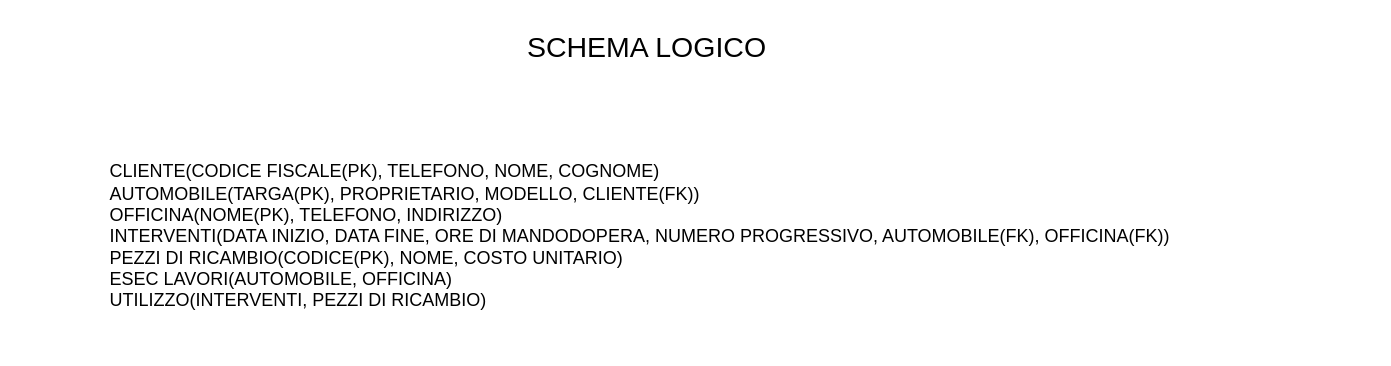
Above: ER-officina.drawio in DiGuidaG/Esercizi-informatica (draw.io), before the change. Source tidied: cells renumbered, new cells numbered last; positions are measured from the earlier drawing's top-left corner, leaving out a move shared by most shapes. Both pictures are drawn from the tidied source at 150%, with x=0, y=0 at pixel (106, 26).
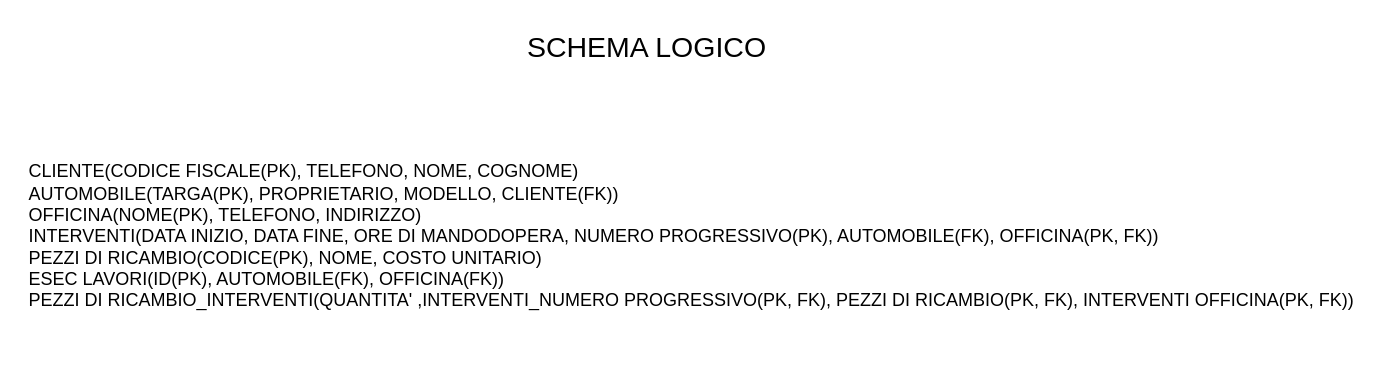
Above is the later version.

The edit, as a diff of the source:
```diff
@@
 <mxGraphModel>
   <root>
     <mxCell id="0" />
     <mxCell id="1" parent="0" />
     <mxCell id="2" value="SCHEMA LOGICO" style="text;html=1;align=center;verticalAlign=middle;whiteSpace=wrap;rounded=0;fontSize=19;" parent="1" vertex="1">
       <mxGeometry x="170" width="380" height="30" as="geometry" />
     </mxCell>
-    <mxCell id="3" value="CLIENTE(CODICE FISCALE(PK), TELEFONO, NOME, COGNOME)&#10;AUTOMOBILE(TARGA(PK), PROPRIETARIO, MODELLO, CLIENTE(FK))&#10;OFFICINA(NOME(PK), TELEFONO, INDIRIZZO)&#10;INTERVENTI(DATA INIZIO, DATA FINE, ORE DI MANDODOPERA, NUMERO PROGRESSIVO, AUTOMOBILE(FK), OFFICINA(FK))&#10;PEZZI DI RICAMBIO(CODICE(PK), NOME, COSTO UNITARIO)&#10;ESEC LAVORI(AUTOMOBILE, OFFICINA)&#10;UTILIZZO(INTERVENTI, PEZZI DI RICAMBIO)" style="text;html=1;align=left;verticalAlign=middle;whiteSpace=wrap;rounded=0;" parent="1" vertex="1">
-      <mxGeometry y="70" width="720" height="140" as="geometry" />
+    <mxCell id="3" value="CLIENTE(CODICE FISCALE(PK), TELEFONO, NOME, COGNOME)&lt;br&gt;AUTOMOBILE(TARGA(PK), PROPRIETARIO, MODELLO, CLIENTE(FK))&lt;br&gt;OFFICINA(NOME(PK), TELEFONO, INDIRIZZO)&lt;br&gt;INTERVENTI(DATA INIZIO, DATA FINE, ORE DI MANDODOPERA, NUMERO PROGRESSIVO(PK), AUTOMOBILE(FK), OFFICINA(PK, FK))&lt;br&gt;PEZZI DI RICAMBIO(CODICE(PK), NOME, COSTO UNITARIO)&lt;br&gt;ESEC LAVORI(ID(PK), AUTOMOBILE(FK), OFFICINA(FK))&lt;br&gt;PEZZI DI RICAMBIO_INTERVENTI(QUANTITA' ,INTERVENTI_NUMERO PROGRESSIVO(PK, FK), PEZZI DI RICAMBIO(PK, FK), INTERVENTI OFFICINA(PK, FK))" style="text;html=1;align=left;verticalAlign=middle;whiteSpace=wrap;rounded=0;" parent="1" vertex="1">
+      <mxGeometry x="-54" y="70" width="893" height="140" as="geometry" />
     </mxCell>
   </root>
 </mxGraphModel>
```
